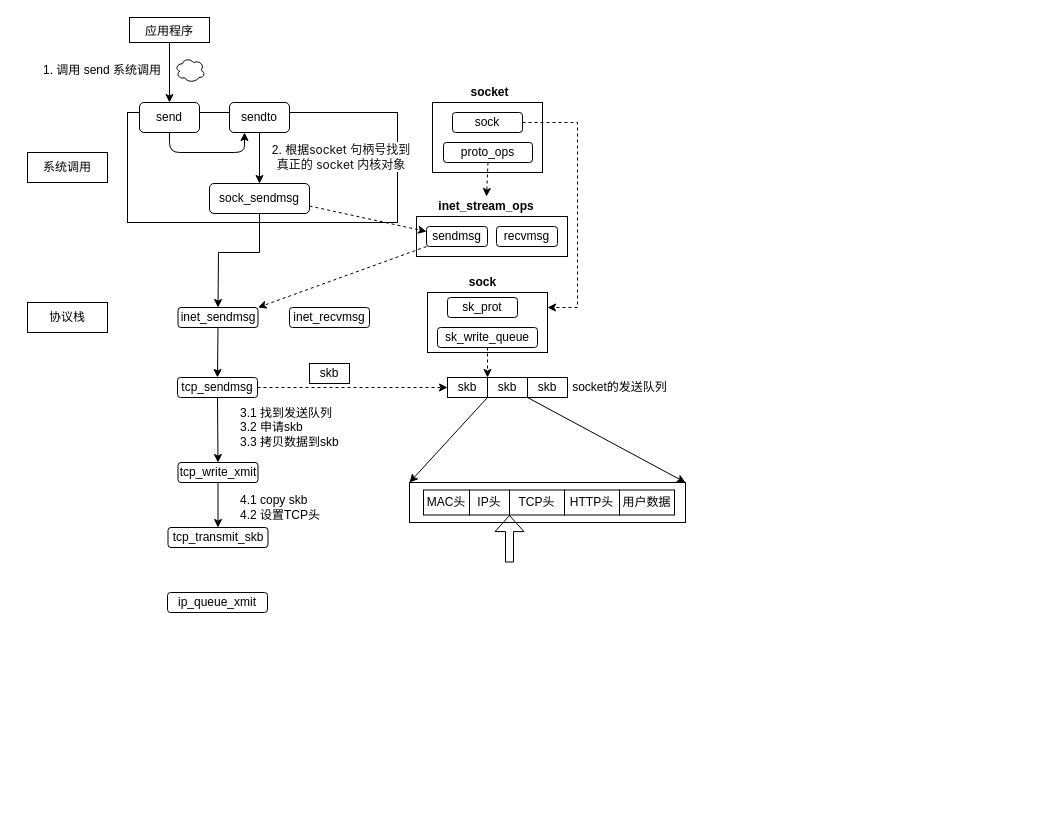
Above: page "网络包发送" (2 of 2) of 图解网络.drawio in JianHao-Chen/UML (draw.io), before the change. Source tidied: cells renumbered, new cells numbered last; positions are measured from the earlier drawing's top-left corner, leaving out a move shared by most shapes. Both pictures are drawn from the tidied source at 100%, with x=0, y=0 at pixel (27, 17).
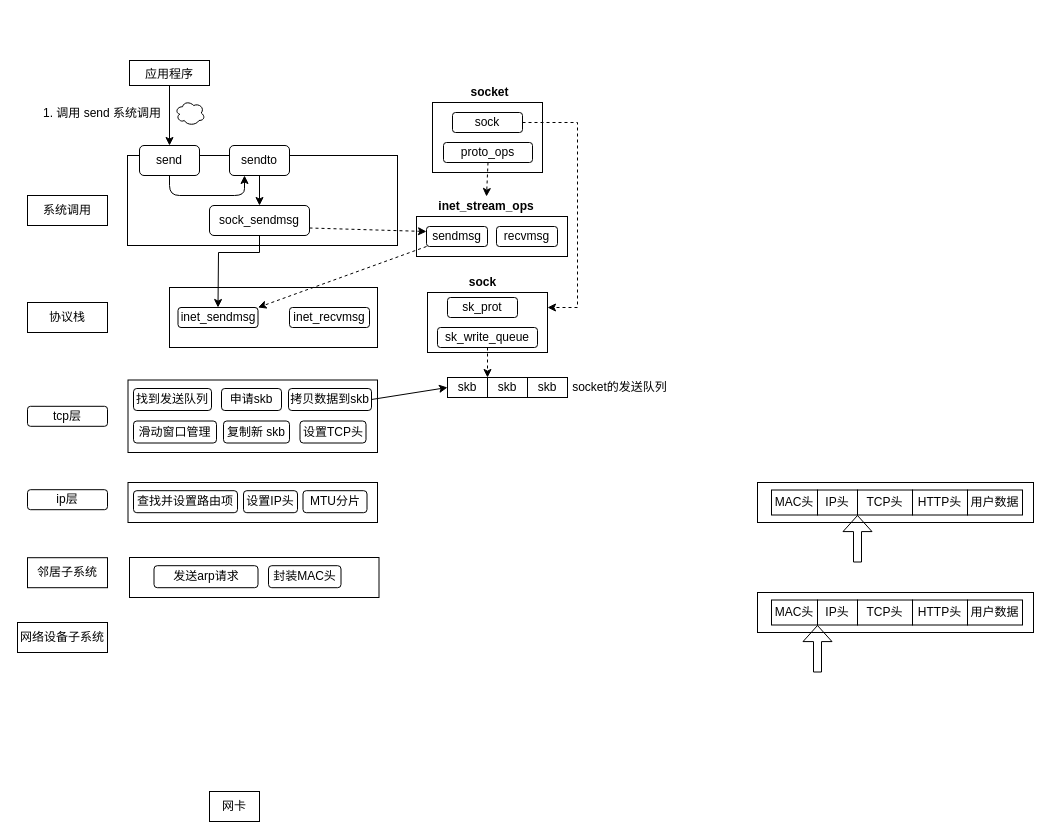
Above is the later version.

Commit message:
更新图解网络.drawio

The change refers to these unchanged cells:
```xml
<mxCell id="11" value="inet_sendmsg" style="rounded=1;whiteSpace=wrap;html=1;strokeWidth=1;fontSize=12;" parent="1" vertex="1">
  <mxGeometry x="150.5" y="290" width="80" height="20" as="geometry" />
</mxCell>
<mxCell id="27" value="skb" style="rounded=0;whiteSpace=wrap;html=1;strokeWidth=1;fontSize=12;" parent="1" vertex="1">
  <mxGeometry x="420" y="360" width="40" height="20" as="geometry" />
</mxCell>
<mxCell id="29" value="skb" style="rounded=0;whiteSpace=wrap;html=1;strokeWidth=1;fontSize=12;" parent="1" vertex="1">
  <mxGeometry x="500" y="360" width="40" height="20" as="geometry" />
</mxCell>
```

Change to the diagram source:
```diff
@@
+    <mxCell id="59" style="rounded=0;whiteSpace=wrap;html=1;strokeWidth=1;fontSize=12;" parent="1" vertex="1">
+      <mxGeometry x="142" y="270" width="208" height="60" as="geometry" />
+    </mxCell>
     <mxCell id="2" value="&lt;font style=&quot;font-size: 12px;&quot;&gt;应用程序&lt;/font&gt;" style="rounded=0;whiteSpace=wrap;html=1;strokeWidth=1;fontSize=14;" parent="1" vertex="1">
-      <mxGeometry x="102" width="80" height="25" as="geometry" />
+      <mxGeometry x="102" y="43" width="80" height="25" as="geometry" />
     </mxCell>
     <mxCell id="3" style="ellipse;shape=cloud;whiteSpace=wrap;html=1;strokeWidth=1;fontSize=12;" parent="1" vertex="1">
-      <mxGeometry x="147.5" y="40" width="30" height="25" as="geometry" />
+      <mxGeometry x="147.5" y="83" width="30" height="25" as="geometry" />
     </mxCell>
     <mxCell id="4" style="rounded=0;whiteSpace=wrap;html=1;strokeWidth=1;fontSize=12;" parent="1" vertex="1">
-      <mxGeometry x="100" y="95" width="270" height="110" as="geometry" />
+      <mxGeometry x="100" y="138" width="270" height="90" as="geometry" />
     </mxCell>
     <mxCell id="5" value="send" style="rounded=1;whiteSpace=wrap;html=1;strokeWidth=1;fontSize=12;" parent="1" vertex="1">
-      <mxGeometry x="112" y="85" width="60" height="30" as="geometry" />
+      <mxGeometry x="112" y="128" width="60" height="30" as="geometry" />
     </mxCell>
     <mxCell id="6" value="sendto" style="rounded=1;whiteSpace=wrap;html=1;strokeWidth=1;fontSize=12;" parent="1" vertex="1">
-      <mxGeometry x="202" y="85" width="60" height="30" as="geometry" />
+      <mxGeometry x="202" y="128" width="60" height="30" as="geometry" />
     </mxCell>
@@
     <mxCell id="8" style="endArrow=classic;html=1;rounded=1;fontSize=12;exitX=0.5;exitY=1;exitDx=0;exitDy=0;entryX=0.25;entryY=1;entryDx=0;entryDy=0;" parent="1" edge="1" source="5" target="6">
       <mxGeometry relative="1" as="geometry">
         <Array as="points">
-          <mxPoint x="142" y="135" />
-          <mxPoint x="217" y="135" />
+          <mxPoint x="142" y="178" />
+          <mxPoint x="217" y="178" />
         </Array>
       </mxGeometry>
     </mxCell>
     <mxCell id="9" value="sock_sendmsg" style="rounded=1;whiteSpace=wrap;html=1;strokeWidth=1;fontSize=12;" parent="1" vertex="1">
-      <mxGeometry x="182" y="166" width="100" height="30" as="geometry" />
+      <mxGeometry x="182" y="188" width="100" height="30" as="geometry" />
     </mxCell>
@@
     <mxCell id="13" value="系统调用" style="rounded=0;whiteSpace=wrap;html=1;strokeWidth=1;fontSize=12;" parent="1" vertex="1">
-      <mxGeometry y="135" width="80" height="30" as="geometry" />
+      <mxGeometry y="178" width="80" height="30" as="geometry" />
     </mxCell>
@@
-    <mxCell id="32" value="tcp_sendmsg" style="rounded=1;whiteSpace=wrap;html=1;strokeWidth=1;fontSize=12;" parent="1" vertex="1">
-      <mxGeometry x="150" y="360" width="80" height="20" as="geometry" />
-    </mxCell>
     <mxCell id="33" value="1. 调用 send 系统调用" style="text;html=1;strokeColor=none;fillColor=none;align=center;verticalAlign=middle;whiteSpace=wrap;rounded=0;strokeWidth=1;fontSize=12;" parent="1" vertex="1">
-      <mxGeometry x="10" y="45" width="130" height="15" as="geometry" />
+      <mxGeometry x="10" y="88" width="130" height="15" as="geometry" />
     </mxCell>
-    <mxCell id="34" style="endArrow=classic;html=1;rounded=0;dashed=1;fontSize=12;exitX=1;exitY=0.5;exitDx=0;exitDy=0;entryX=0;entryY=0.5;entryDx=0;entryDy=0;" parent="1" edge="1" source="32" target="27">
-      <mxGeometry relative="1" as="geometry">
-        <Array as="points">
-          <mxPoint x="335" y="370" />
-        </Array>
-      </mxGeometry>
-    </mxCell>
-    <mxCell id="35" value="skb" style="rounded=0;whiteSpace=wrap;html=1;strokeWidth=1;fontSize=12;" parent="1" vertex="1">
-      <mxGeometry x="282" y="346" width="40" height="20" as="geometry" />
-    </mxCell>
@@
-    <mxCell id="38" value="&lt;font style=&quot;font-size: 12px;&quot;&gt;2. 根据&lt;span style=&quot;color: rgb(18, 18, 18); font-family: -apple-system, BlinkMacSystemFont, &amp;quot;Helvetica Neue&amp;quot;, &amp;quot;PingFang SC&amp;quot;, &amp;quot;Microsoft YaHei&amp;quot;, &amp;quot;Source Han Sans SC&amp;quot;, &amp;quot;Noto Sans CJK SC&amp;quot;, &amp;quot;WenQuanYi Micro Hei&amp;quot;, sans-serif; text-align: start; background-color: rgb(255, 255, 255);&quot;&gt;socket 句柄号找到真正的 socket 内核对象&lt;/span&gt;&lt;/font&gt;" style="text;html=1;strokeColor=none;fillColor=none;align=center;verticalAlign=middle;whiteSpace=wrap;rounded=0;strokeWidth=1;fontSize=12;" parent="1" vertex="1">
-      <mxGeometry x="239" y="125" width="150" height="30" as="geometry" />
-    </mxCell>
@@
-    <mxCell id="42" value="3.1 找到发送队列&lt;br&gt;3.2 申请skb&lt;br&gt;3.3 拷贝数据到skb" style="text;html=1;strokeColor=none;fillColor=none;align=left;verticalAlign=middle;whiteSpace=wrap;rounded=0;strokeWidth=1;fontSize=12;" parent="1" vertex="1">
-      <mxGeometry x="211" y="395" width="111" height="30" as="geometry" />
-    </mxCell>
-    <mxCell id="43" style="endArrow=classic;html=1;rounded=0;fontSize=12;exitX=0.5;exitY=1;exitDx=0;exitDy=0;entryX=0.5;entryY=0;entryDx=0;entryDy=0;" parent="1" edge="1" source="11" target="32">
-      <mxGeometry relative="1" as="geometry" />
-    </mxCell>
-    <mxCell id="44" value="tcp_write_xmit" style="rounded=1;whiteSpace=wrap;html=1;strokeWidth=1;fontSize=12;" parent="1" vertex="1">
-      <mxGeometry x="150.5" y="445" width="80" height="20" as="geometry" />
-    </mxCell>
-    <mxCell id="45" value="tcp_transmit_skb" style="rounded=1;whiteSpace=wrap;html=1;strokeWidth=1;fontSize=12;" parent="1" vertex="1">
-      <mxGeometry x="140.5" y="510" width="100" height="20" as="geometry" />
-    </mxCell>
-    <mxCell id="46" style="endArrow=classic;html=1;rounded=0;fontSize=12;exitX=0.5;exitY=1;exitDx=0;exitDy=0;entryX=0.5;entryY=0;entryDx=0;entryDy=0;" parent="1" edge="1" source="32" target="44">
-      <mxGeometry relative="1" as="geometry" />
-    </mxCell>
-    <mxCell id="47" style="endArrow=classic;html=1;rounded=0;fontSize=12;exitX=0.5;exitY=1;exitDx=0;exitDy=0;entryX=0.5;entryY=0;entryDx=0;entryDy=0;" parent="1" edge="1" source="44" target="45">
-      <mxGeometry relative="1" as="geometry" />
-    </mxCell>
-    <mxCell id="48" value="4.1 copy skb&lt;br&gt;4.2 设置TCP头" style="text;html=1;strokeColor=none;fillColor=none;align=left;verticalAlign=middle;whiteSpace=wrap;rounded=0;strokeWidth=1;fontSize=12;" parent="1" vertex="1">
-      <mxGeometry x="211" y="475" width="111" height="30" as="geometry" />
-    </mxCell>
     <mxCell id="49" style="rounded=0;whiteSpace=wrap;html=1;strokeWidth=1;fontSize=12;" parent="1" vertex="1">
-      <mxGeometry x="382" y="465" width="276" height="40" as="geometry" />
+      <mxGeometry x="730" y="465" width="276" height="40" as="geometry" />
     </mxCell>
     <mxCell id="50" value="用户数据" style="rounded=0;whiteSpace=wrap;html=1;strokeWidth=1;fontSize=12;" parent="1" vertex="1">
-      <mxGeometry x="592" y="472.5" width="55" height="25" as="geometry" />
+      <mxGeometry x="940" y="472.5" width="55" height="25" as="geometry" />
     </mxCell>
     <mxCell id="51" value="HTTP头" style="rounded=0;whiteSpace=wrap;html=1;strokeWidth=1;fontSize=12;" parent="1" vertex="1">
-      <mxGeometry x="537" y="472.5" width="55" height="25" as="geometry" />
+      <mxGeometry x="885" y="472.5" width="55" height="25" as="geometry" />
     </mxCell>
     <mxCell id="52" value="TCP头" style="rounded=0;whiteSpace=wrap;html=1;strokeWidth=1;fontSize=12;" parent="1" vertex="1">
-      <mxGeometry x="482" y="472.5" width="55" height="25" as="geometry" />
+      <mxGeometry x="830" y="472.5" width="55" height="25" as="geometry" />
     </mxCell>
     <mxCell id="53" value="IP头" style="rounded=0;whiteSpace=wrap;html=1;strokeWidth=1;fontSize=12;" parent="1" vertex="1">
-      <mxGeometry x="442" y="472.5" width="40" height="25" as="geometry" />
+      <mxGeometry x="790" y="472.5" width="40" height="25" as="geometry" />
     </mxCell>
     <mxCell id="54" value="MAC头" style="rounded=0;whiteSpace=wrap;html=1;strokeWidth=1;fontSize=12;" parent="1" vertex="1">
-      <mxGeometry x="396" y="472.5" width="46" height="25" as="geometry" />
+      <mxGeometry x="744" y="472.5" width="46" height="25" as="geometry" />
     </mxCell>
-    <mxCell id="55" style="endArrow=classic;html=1;rounded=0;fontSize=12;exitX=1;exitY=1;exitDx=0;exitDy=0;entryX=0;entryY=0;entryDx=0;entryDy=0;" parent="1" edge="1" source="27" target="49">
-      <mxGeometry relative="1" as="geometry" />
-    </mxCell>
-    <mxCell id="56" style="endArrow=classic;html=1;rounded=0;fontSize=12;exitX=0;exitY=1;exitDx=0;exitDy=0;entryX=1;entryY=0;entryDx=0;entryDy=0;" parent="1" edge="1" source="29" target="49">
-      <mxGeometry relative="1" as="geometry" />
-    </mxCell>
     <mxCell id="57" style="shape=flexArrow;endArrow=classic;html=1;rounded=0;fontSize=12;entryX=0;entryY=1;entryDx=0;entryDy=0;width=8;endSize=5.03;" parent="1" edge="1" target="52">
       <mxGeometry relative="1" as="geometry">
-        <mxPoint x="482" y="545" as="sourcePoint" />
+        <mxPoint x="830" y="545" as="sourcePoint" />
       </mxGeometry>
     </mxCell>
-    <mxCell id="58" value="ip_queue_xmit" style="rounded=1;whiteSpace=wrap;html=1;strokeWidth=1;fontSize=12;" parent="1" vertex="1">
-      <mxGeometry x="140" y="575" width="100" height="20" as="geometry" />
-    </mxCell>
+    <mxCell id="60" style="rounded=0;whiteSpace=wrap;html=1;strokeWidth=1;fontSize=12;" parent="1" vertex="1">
+      <mxGeometry x="730" y="575" width="276" height="40" as="geometry" />
+    </mxCell>
+    <mxCell id="61" value="用户数据" style="rounded=0;whiteSpace=wrap;html=1;strokeWidth=1;fontSize=12;" parent="1" vertex="1">
+      <mxGeometry x="940" y="582.5" width="55" height="25" as="geometry" />
+    </mxCell>
+    <mxCell id="62" value="HTTP头" style="rounded=0;whiteSpace=wrap;html=1;strokeWidth=1;fontSize=12;" parent="1" vertex="1">
+      <mxGeometry x="885" y="582.5" width="55" height="25" as="geometry" />
+    </mxCell>
+    <mxCell id="63" value="TCP头" style="rounded=0;whiteSpace=wrap;html=1;strokeWidth=1;fontSize=12;" parent="1" vertex="1">
+      <mxGeometry x="830" y="582.5" width="55" height="25" as="geometry" />
+    </mxCell>
+    <mxCell id="64" value="IP头" style="rounded=0;whiteSpace=wrap;html=1;strokeWidth=1;fontSize=12;" parent="1" vertex="1">
+      <mxGeometry x="790" y="582.5" width="40" height="25" as="geometry" />
+    </mxCell>
+    <mxCell id="65" value="MAC头" style="rounded=0;whiteSpace=wrap;html=1;strokeWidth=1;fontSize=12;" parent="1" vertex="1">
+      <mxGeometry x="744" y="582.5" width="46" height="25" as="geometry" />
+    </mxCell>
+    <mxCell id="66" style="shape=flexArrow;endArrow=classic;html=1;rounded=0;fontSize=12;entryX=0;entryY=1;entryDx=0;entryDy=0;width=8;endSize=5.03;" parent="1" edge="1" target="64">
+      <mxGeometry relative="1" as="geometry">
+        <mxPoint x="790" y="655" as="sourcePoint" />
+      </mxGeometry>
+    </mxCell>
+    <mxCell id="67" value="邻居子系统" style="rounded=0;whiteSpace=wrap;html=1;strokeWidth=1;fontSize=12;" parent="1" vertex="1">
+      <mxGeometry y="540.2" width="80" height="30" as="geometry" />
+    </mxCell>
+    <mxCell id="68" value="tcp层" style="rounded=1;whiteSpace=wrap;html=1;strokeWidth=1;fontSize=12;" parent="1" vertex="1">
+      <mxGeometry y="388.8" width="80" height="20" as="geometry" />
+    </mxCell>
+    <mxCell id="69" style="rounded=0;whiteSpace=wrap;html=1;strokeWidth=1;fontSize=12;align=left;" parent="1" vertex="1">
+      <mxGeometry x="100.5" y="362.5" width="249.5" height="72.5" as="geometry" />
+    </mxCell>
+    <mxCell id="70" value="&lt;span style=&quot;text-align: left;&quot;&gt;找到发送队列&lt;/span&gt;" style="rounded=1;whiteSpace=wrap;html=1;strokeWidth=1;fontSize=12;" parent="1" vertex="1">
+      <mxGeometry x="106" y="371" width="78" height="22" as="geometry" />
+    </mxCell>
+    <mxCell id="71" value="&lt;span style=&quot;text-align: left;&quot;&gt;申请skb&lt;/span&gt;" style="rounded=1;whiteSpace=wrap;html=1;strokeWidth=1;fontSize=12;" parent="1" vertex="1">
+      <mxGeometry x="194" y="371" width="60" height="22" as="geometry" />
+    </mxCell>
+    <mxCell id="72" value="&lt;span style=&quot;text-align: left;&quot;&gt;拷贝数据到skb&lt;/span&gt;" style="rounded=1;whiteSpace=wrap;html=1;strokeWidth=1;fontSize=12;" parent="1" vertex="1">
+      <mxGeometry x="261" y="371" width="83" height="22" as="geometry" />
+    </mxCell>
+    <mxCell id="73" style="rounded=0;whiteSpace=wrap;html=1;strokeWidth=1;fontSize=12;align=left;" parent="1" vertex="1">
+      <mxGeometry x="100.5" y="465" width="249.5" height="40" as="geometry" />
+    </mxCell>
+    <mxCell id="74" value="&lt;span style=&quot;text-align: left;&quot;&gt;滑动窗口管理&lt;/span&gt;" style="rounded=1;whiteSpace=wrap;html=1;strokeWidth=1;fontSize=12;" parent="1" vertex="1">
+      <mxGeometry x="106" y="403.5" width="83" height="22" as="geometry" />
+    </mxCell>
+    <mxCell id="75" value="&lt;div style=&quot;text-align: left;&quot;&gt;复制新 skb&lt;/div&gt;" style="rounded=1;whiteSpace=wrap;html=1;strokeWidth=1;fontSize=12;" parent="1" vertex="1">
+      <mxGeometry x="196" y="403.5" width="66" height="22" as="geometry" />
+    </mxCell>
+    <mxCell id="76" style="endArrow=classic;html=1;rounded=0;fontSize=12;exitX=1;exitY=0.5;exitDx=0;exitDy=0;entryX=0;entryY=0.5;entryDx=0;entryDy=0;" parent="1" edge="1" source="72" target="27">
+      <mxGeometry relative="1" as="geometry" />
+    </mxCell>
+    <mxCell id="77" value="&lt;div style=&quot;text-align: left;&quot;&gt;设置TCP头&lt;br&gt;&lt;/div&gt;" style="rounded=1;whiteSpace=wrap;html=1;strokeWidth=1;fontSize=12;" parent="1" vertex="1">
+      <mxGeometry x="272.5" y="403.5" width="66" height="22" as="geometry" />
+    </mxCell>
+    <mxCell id="78" value="&lt;span style=&quot;text-align: left;&quot;&gt;查找并设置路由项&lt;/span&gt;" style="rounded=1;whiteSpace=wrap;html=1;strokeWidth=1;fontSize=12;" parent="1" vertex="1">
+      <mxGeometry x="106" y="473.2" width="104" height="22" as="geometry" />
+    </mxCell>
+    <mxCell id="79" value="&lt;span style=&quot;text-align: left;&quot;&gt;设置IP头&lt;/span&gt;" style="rounded=1;whiteSpace=wrap;html=1;strokeWidth=1;fontSize=12;" parent="1" vertex="1">
+      <mxGeometry x="216" y="473.2" width="54" height="22" as="geometry" />
+    </mxCell>
+    <mxCell id="80" value="&lt;span style=&quot;text-align: left;&quot;&gt;MTU分片&lt;/span&gt;" style="rounded=1;whiteSpace=wrap;html=1;strokeWidth=1;fontSize=12;" parent="1" vertex="1">
+      <mxGeometry x="275.5" y="473.2" width="64" height="22" as="geometry" />
+    </mxCell>
+    <mxCell id="81" value="ip层" style="rounded=1;whiteSpace=wrap;html=1;strokeWidth=1;fontSize=12;" parent="1" vertex="1">
+      <mxGeometry y="472.2" width="80" height="20" as="geometry" />
+    </mxCell>
+    <mxCell id="82" style="rounded=0;whiteSpace=wrap;html=1;strokeWidth=1;fontSize=12;align=left;" parent="1" vertex="1">
+      <mxGeometry x="102" y="540" width="249.5" height="40" as="geometry" />
+    </mxCell>
+    <mxCell id="83" value="&lt;div style=&quot;text-align: left;&quot;&gt;&lt;span style=&quot;background-color: initial;&quot;&gt;发送arp请求&lt;/span&gt;&lt;/div&gt;" style="rounded=1;whiteSpace=wrap;html=1;strokeWidth=1;fontSize=12;" parent="1" vertex="1">
+      <mxGeometry x="126.5" y="548.2" width="104" height="22" as="geometry" />
+    </mxCell>
+    <mxCell id="84" value="&lt;span style=&quot;text-align: left;&quot;&gt;封装MAC头&lt;/span&gt;" style="rounded=1;whiteSpace=wrap;html=1;strokeWidth=1;fontSize=12;" parent="1" vertex="1">
+      <mxGeometry x="241" y="548.2" width="72.5" height="22" as="geometry" />
+    </mxCell>
+    <mxCell id="85" value="网络设备子系统" style="rounded=0;whiteSpace=wrap;html=1;strokeWidth=1;fontSize=12;" parent="1" vertex="1">
+      <mxGeometry x="-10" y="605" width="90" height="30" as="geometry" />
+    </mxCell>
+    <mxCell id="86" value="网卡" style="rounded=0;whiteSpace=wrap;html=1;strokeWidth=1;fontSize=12;" parent="1" vertex="1">
+      <mxGeometry x="182" y="774" width="50" height="30" as="geometry" />
+    </mxCell>
```
